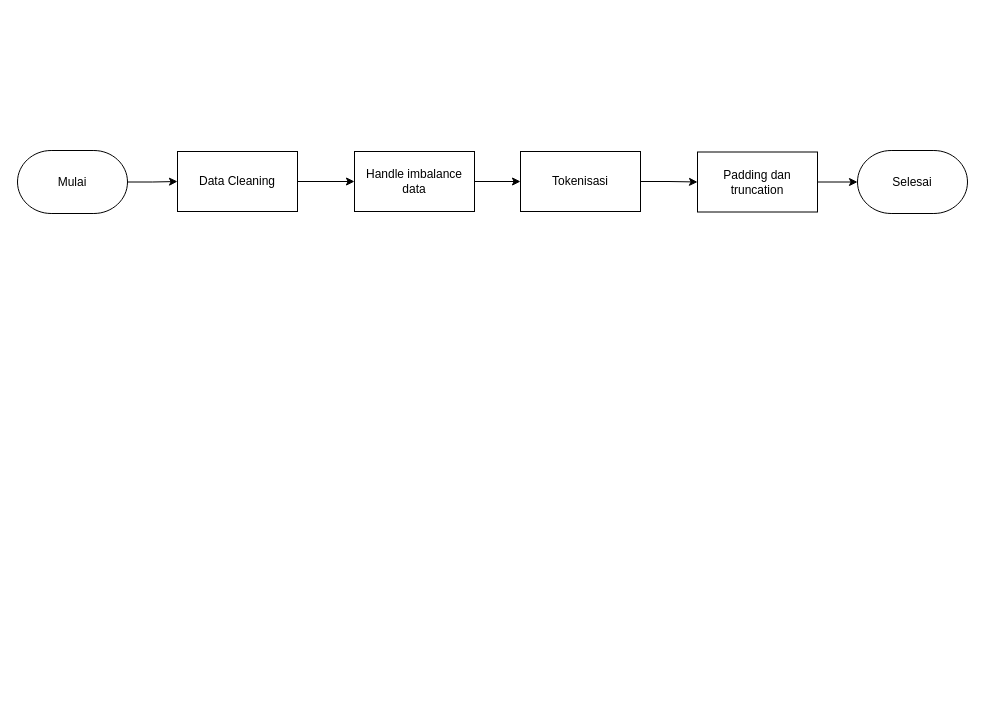
The draw.io diagram Metode.drawio in meisyareptiana/design_database, before the edit. Source tidied: cells renumbered, new cells numbered last; positions are measured from the earlier drawing's top-left corner, leaving out a move shared by most shapes. Both pictures are drawn from the tidied source at 100%, with x=0, y=0 at pixel (17, 150).
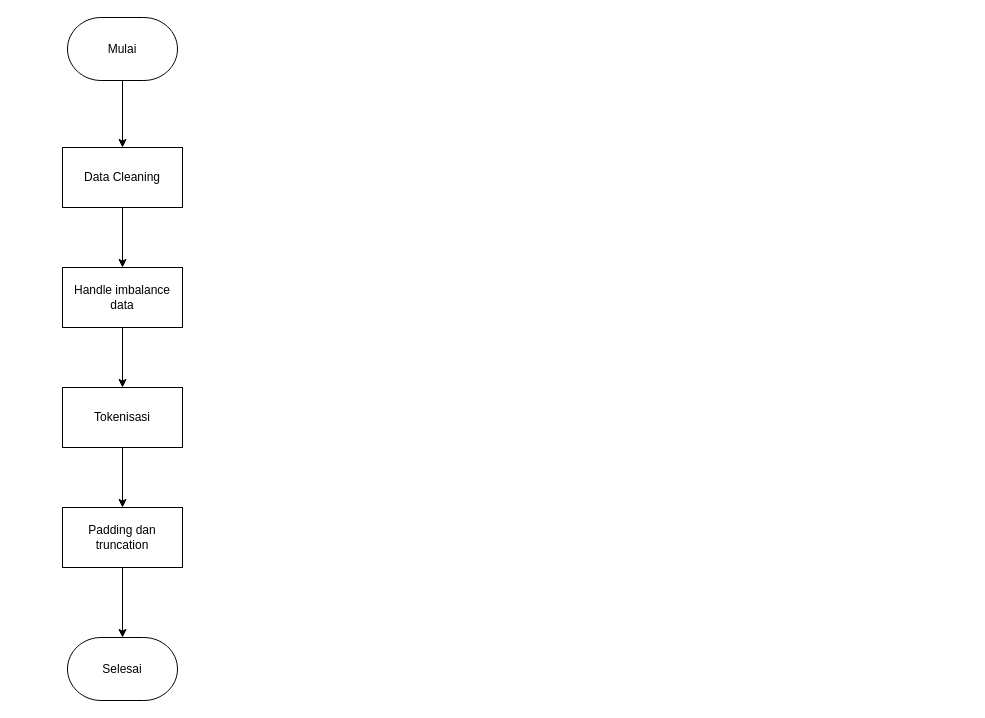
After the change.

The edit, as a diff of the source:
```diff
@@
 <mxGraphModel>
   <root>
     <mxCell id="0" />
     <mxCell id="1" parent="0" />
     <mxCell id="2" style="edgeStyle=orthogonalEdgeStyle;rounded=0;jettySize=auto;html=1;" parent="1" edge="1" source="3" target="6">
       <mxGeometry relative="1" as="geometry" />
     </mxCell>
     <mxCell id="3" value="Mulai" style="fixedSize=1;html=1;shape=mxgraph.flowchart.terminator;whiteSpace=wrap;" parent="1" vertex="1">
-      <mxGeometry width="110" height="63" as="geometry" />
+      <mxGeometry x="50" y="-133" width="110" height="63" as="geometry" />
     </mxCell>
     <mxCell id="4" value="Selesai" style="fixedSize=1;html=1;shape=mxgraph.flowchart.terminator;whiteSpace=wrap;" parent="1" vertex="1">
-      <mxGeometry x="840" width="110" height="63" as="geometry" />
+      <mxGeometry x="50" y="487" width="110" height="63" as="geometry" />
     </mxCell>
-    <mxCell id="5" style="edgeStyle=orthogonalEdgeStyle;rounded=0;jettySize=auto;html=1;entryX=0;entryY=0.5;entryDx=0;entryDy=0;" parent="1" edge="1" source="6" target="8">
+    <mxCell id="5" style="edgeStyle=orthogonalEdgeStyle;rounded=0;jettySize=auto;html=1;entryX=0.5;entryY=0;entryDx=0;entryDy=0;" parent="1" edge="1" source="6" target="8">
       <mxGeometry relative="1" as="geometry" />
     </mxCell>
     <mxCell id="6" value="Data Cleaning" style="rounded=0;whiteSpace=wrap;html=1;" parent="1" vertex="1">
-      <mxGeometry x="160" y="1" width="120" height="60" as="geometry" />
+      <mxGeometry x="45" y="-3" width="120" height="60" as="geometry" />
     </mxCell>
-    <mxCell id="7" style="edgeStyle=orthogonalEdgeStyle;rounded=0;jettySize=auto;html=1;" parent="1" edge="1" source="8" target="10">
+    <mxCell id="7" style="edgeStyle=orthogonalEdgeStyle;rounded=0;jettySize=auto;html=1;entryX=0.5;entryY=0;entryDx=0;entryDy=0;" parent="1" edge="1" source="8" target="10">
       <mxGeometry relative="1" as="geometry" />
     </mxCell>
     <mxCell id="8" value="Handle imbalance data" style="rounded=0;whiteSpace=wrap;html=1;" parent="1" vertex="1">
-      <mxGeometry x="337" y="1" width="120" height="60" as="geometry" />
+      <mxGeometry x="45" y="117" width="120" height="60" as="geometry" />
     </mxCell>
-    <mxCell id="9" style="edgeStyle=orthogonalEdgeStyle;rounded=0;jettySize=auto;html=1;" parent="1" edge="1" source="10" target="12">
+    <mxCell id="9" style="edgeStyle=orthogonalEdgeStyle;rounded=0;jettySize=auto;html=1;entryX=0.5;entryY=0;entryDx=0;entryDy=0;" parent="1" edge="1" source="10" target="12">
       <mxGeometry relative="1" as="geometry" />
     </mxCell>
     <mxCell id="10" value="Tokenisasi" style="rounded=0;whiteSpace=wrap;html=1;" parent="1" vertex="1">
-      <mxGeometry x="503" y="1" width="120" height="60" as="geometry" />
+      <mxGeometry x="45" y="237" width="120" height="60" as="geometry" />
     </mxCell>
+    <mxCell id="12" value="Padding dan truncation" style="rounded=0;whiteSpace=wrap;html=1;" parent="1" vertex="1">
+      <mxGeometry x="45" y="357" width="120" height="60" as="geometry" />
+    </mxCell>
-    <mxCell id="11" style="edgeStyle=orthogonalEdgeStyle;rounded=0;jettySize=auto;html=1;" parent="1" edge="1" source="12" target="4">
+    <mxCell id="11" style="edgeStyle=orthogonalEdgeStyle;rounded=0;jettySize=auto;html=1;entryX=0.5;entryY=0;entryDx=0;entryDy=0;entryPerimeter=0;" parent="1" edge="1" source="12" target="4">
       <mxGeometry relative="1" as="geometry" />
     </mxCell>
-    <mxCell id="12" value="Padding dan truncation" style="rounded=0;whiteSpace=wrap;html=1;" parent="1" vertex="1">
-      <mxGeometry x="680" y="1.5" width="120" height="60" as="geometry" />
-    </mxCell>
   </root>
 </mxGraphModel>
```
